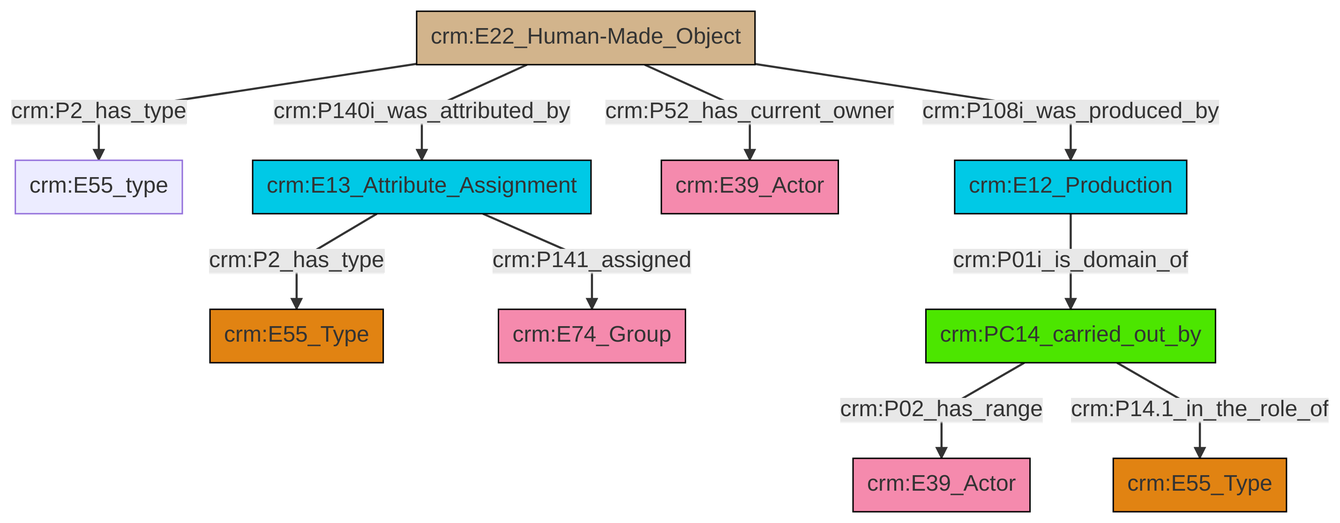
The Mermaid diagram et/builtWorkCSV/ttl/mmd/png/Built_Work_actor_relations.png in swiss-art-research-net/docs.swissartresearch, before a commit. Its source is kept beside it as et/builtWorkCSV/ttl/mmd/Built_Work_actor_relations.ttl.mmd.
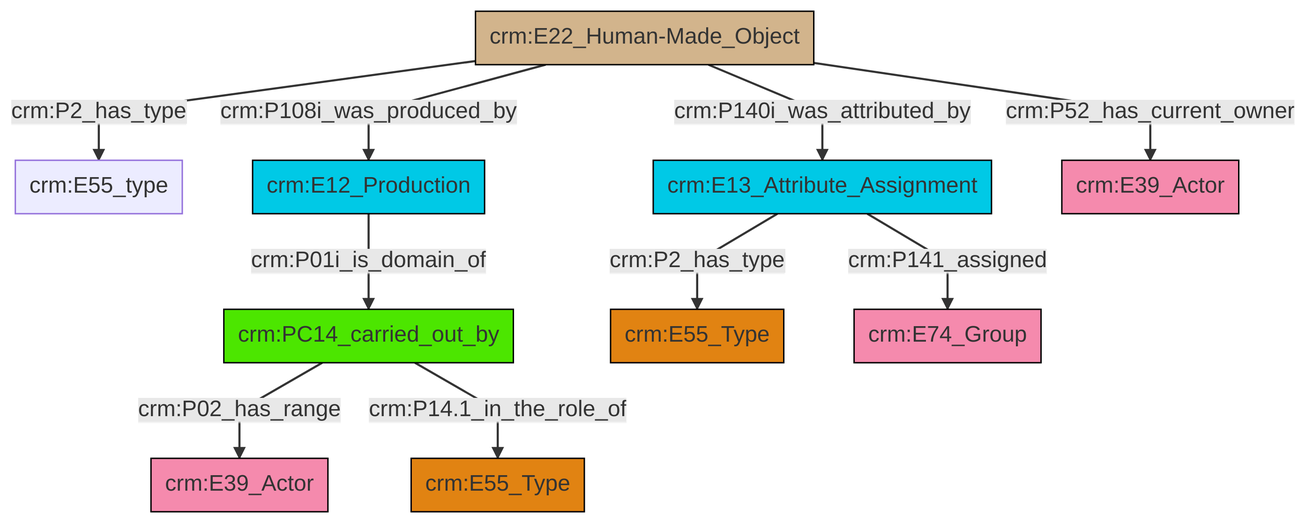
The same diagram one commit later.

Diff of the diagram source:
```diff
@@ -13,12 +13,12 @@
 classDef PC_Classes fill:#4ce600, stroke:#000000;
 classDef Multi fill:#cccccc,stroke:#000000;
 
-4["crm:E13_Attribute_Assignment"]:::Temporal_Entity -->|crm:P2_has_type| 5["crm:E55_Type"]:::Type
-6["crm:E22_Human-Made_Object"]:::Physical_Thing -->|crm:P2_has_type| 2["crm:E55_type"]:::Default
-7["crm:PC14_carried_out_by"]:::PC_Classes -->|crm:P02_has_range| 0["crm:E39_Actor"]:::Actor
-6["crm:E22_Human-Made_Object"]:::Physical_Thing -->|crm:P140i_was_attributed_by| 4["crm:E13_Attribute_Assignment"]:::Temporal_Entity
-4["crm:E13_Attribute_Assignment"]:::Temporal_Entity -->|crm:P141_assigned| 10["crm:E74_Group"]:::Actor
-7["crm:PC14_carried_out_by"]:::PC_Classes -->|crm:P14.1_in_the_role_of| 11["crm:E55_Type"]:::Type
-6["crm:E22_Human-Made_Object"]:::Physical_Thing -->|crm:P52_has_current_owner| 13["crm:E39_Actor"]:::Actor
-6["crm:E22_Human-Made_Object"]:::Physical_Thing -->|crm:P108i_was_produced_by| 17["crm:E12_Production"]:::Temporal_Entity
-17["crm:E12_Production"]:::Temporal_Entity -->|crm:P01i_is_domain_of| 7["crm:PC14_carried_out_by"]:::PC_Classes
+2["crm:E22_Human-Made_Object"]:::Physical_Thing -->|crm:P2_has_type| 3["crm:E55_type"]:::Default
+4["crm:PC14_carried_out_by"]:::PC_Classes -->|crm:P02_has_range| 0["crm:E39_Actor"]:::Actor
+9["crm:E12_Production"]:::Temporal_Entity -->|crm:P01i_is_domain_of| 4["crm:PC14_carried_out_by"]:::PC_Classes
+4["crm:PC14_carried_out_by"]:::PC_Classes -->|crm:P14.1_in_the_role_of| 10["crm:E55_Type"]:::Type
+2["crm:E22_Human-Made_Object"]:::Physical_Thing -->|crm:P108i_was_produced_by| 9["crm:E12_Production"]:::Temporal_Entity
+2["crm:E22_Human-Made_Object"]:::Physical_Thing -->|crm:P140i_was_attributed_by| 11["crm:E13_Attribute_Assignment"]:::Temporal_Entity
+2["crm:E22_Human-Made_Object"]:::Physical_Thing -->|crm:P52_has_current_owner| 12["crm:E39_Actor"]:::Actor
+11["crm:E13_Attribute_Assignment"]:::Temporal_Entity -->|crm:P141_assigned| 7["crm:E74_Group"]:::Actor
+11["crm:E13_Attribute_Assignment"]:::Temporal_Entity -->|crm:P2_has_type| 5["crm:E55_Type"]:::Type
```
